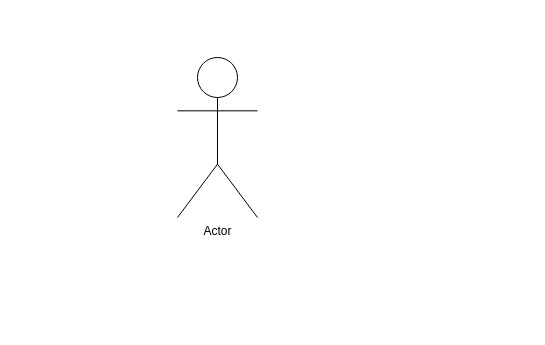
Before: use case.drawio in WulanMaulina/jobsheet, a draw.io diagram. Source tidied: cells renumbered, new cells numbered last; positions are measured from the earlier drawing's top-left corner, leaving out a move shared by most shapes. Both pictures are drawn from the tidied source at 100%, with x=0, y=0 at pixel (177, 57).
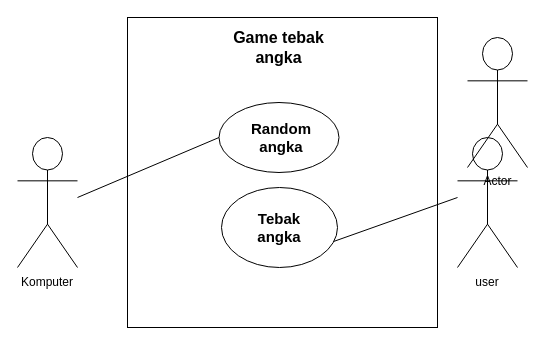
After the change.

Diff of the diagram source:
```diff
@@
 <mxGraphModel>
   <root>
     <mxCell id="0" />
     <mxCell id="1" parent="0" />
     <mxCell id="2" value="Actor" style="shape=umlActor;verticalLabelPosition=bottom;verticalAlign=top;html=1;" parent="1" vertex="1">
       <mxGeometry width="80" height="160" as="geometry" />
     </mxCell>
+    <mxCell id="3" style="whiteSpace=wrap;html=1;" parent="1" vertex="1">
+      <mxGeometry x="-50" y="-40" width="310" height="310" as="geometry" />
+    </mxCell>
+    <mxCell id="4" style="shape=umlActor;verticalLabelPosition=bottom;verticalAlign=top;html=1;" parent="1" vertex="1">
+      <mxGeometry x="-160" y="80" width="60" height="130" as="geometry" />
+    </mxCell>
+    <mxCell id="5" value="Game tebak angka" style="text;html=1;strokeColor=none;fillColor=none;align=center;verticalAlign=middle;whiteSpace=wrap;rounded=1;shadow=0;fontStyle=1;fontSize=16;" parent="1" vertex="1">
+      <mxGeometry x="30" y="-40" width="143" height="60" as="geometry" />
+    </mxCell>
+    <mxCell id="6" style="ellipse;whiteSpace=wrap;html=1;" parent="1" vertex="1">
+      <mxGeometry x="41.5" y="45" width="120" height="70" as="geometry" />
+    </mxCell>
+    <mxCell id="7" value="Random angka" style="text;html=1;strokeColor=none;fillColor=none;align=center;verticalAlign=middle;whiteSpace=wrap;rounded=0;fontSize=15;fontStyle=1;" parent="1" vertex="1">
+      <mxGeometry x="74" y="65" width="60" height="30" as="geometry" />
+    </mxCell>
+    <mxCell id="8" style="endArrow=none;html=1;rounded=0;entryX=0;entryY=0.5;entryDx=0;entryDy=0;" parent="1" edge="1" target="6">
+      <mxGeometry relative="1" as="geometry">
+        <mxPoint x="-100" y="140" as="sourcePoint" />
+      </mxGeometry>
+    </mxCell>
+    <mxCell id="9" style="shape=umlActor;verticalLabelPosition=bottom;verticalAlign=top;html=1;" parent="1" vertex="1">
+      <mxGeometry x="280" y="80" width="60" height="130" as="geometry" />
+    </mxCell>
+    <mxCell id="10" value="Tebak &lt;br style=&quot;font-size: 15px;&quot;&gt;angka" style="ellipse;whiteSpace=wrap;html=1;fontStyle=1;fontSize=15;" parent="1" vertex="1">
+      <mxGeometry x="44" y="130" width="116" height="80" as="geometry" />
+    </mxCell>
+    <mxCell id="11" style="endArrow=none;html=1;rounded=0;entryX=0.966;entryY=0.675;entryDx=0;entryDy=0;entryPerimeter=0;" parent="1" edge="1" target="10">
+      <mxGeometry relative="1" as="geometry">
+        <mxPoint x="280" y="140" as="sourcePoint" />
+      </mxGeometry>
+    </mxCell>
+    <mxCell id="12" value="Komputer" style="text;html=1;strokeColor=none;fillColor=none;align=center;verticalAlign=middle;whiteSpace=wrap;rounded=0;" parent="1" vertex="1">
+      <mxGeometry x="-160" y="210" width="60" height="30" as="geometry" />
+    </mxCell>
+    <mxCell id="13" value="user" style="text;html=1;strokeColor=none;fillColor=none;align=center;verticalAlign=middle;whiteSpace=wrap;rounded=0;" parent="1" vertex="1">
+      <mxGeometry x="280" y="210" width="60" height="30" as="geometry" />
+    </mxCell>
+    <mxCell id="14" value="Actor" style="shape=umlActor;verticalLabelPosition=bottom;verticalAlign=top;html=1;" parent="1" vertex="1">
+      <mxGeometry x="290" y="-20" width="60" height="130" as="geometry" />
+    </mxCell>
   </root>
 </mxGraphModel>
```
